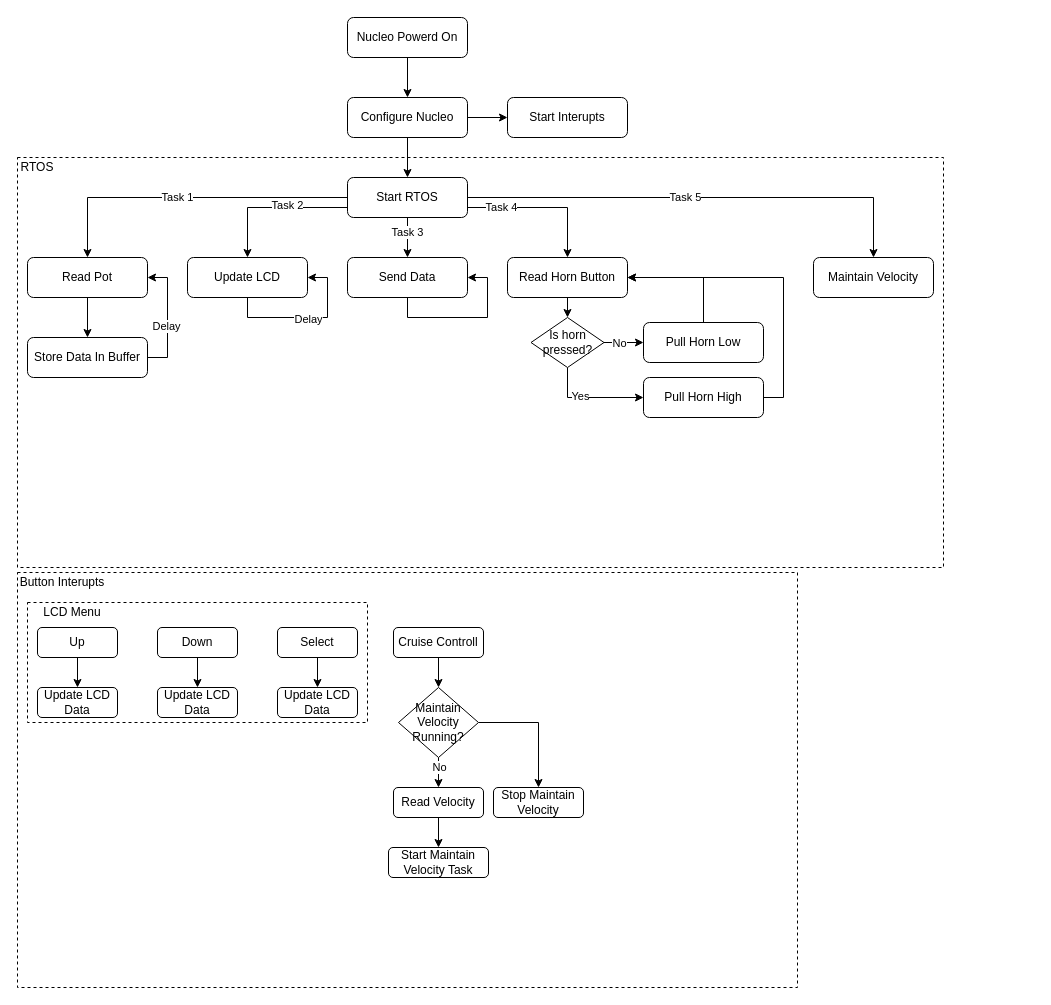
Before: Block diagrams/TestBenchFlowChart.drawio in Mojitas/MUST-Autonics, a draw.io diagram. Source tidied: cells renumbered, new cells numbered last; positions are measured from the earlier drawing's top-left corner, leaving out a move shared by most shapes. Both pictures are drawn from the tidied source at 100%, with x=0, y=0 at pixel (17, 17).
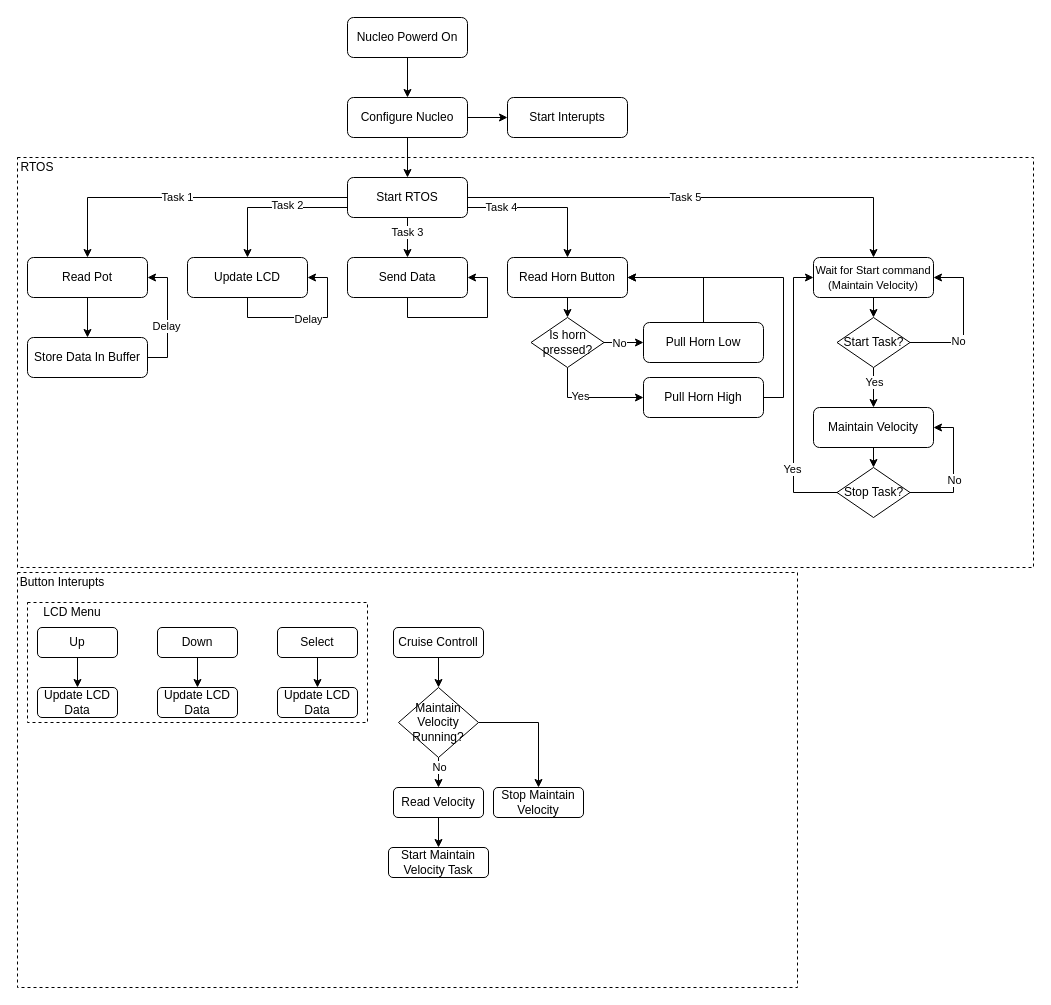
After the change.

Commit message:
Updated Test Bench Flow Chart

The edit, as a diff of the source:
```diff
@@
+    <mxCell id="66" style="edgeStyle=orthogonalEdgeStyle;rounded=0;jettySize=auto;html=1;exitX=0.5;exitY=1;exitDx=0;exitDy=0;entryX=0.5;entryY=0;entryDx=0;entryDy=0;" parent="1" edge="1" source="24" target="73">
+      <mxGeometry relative="1" as="geometry" />
+    </mxCell>
-    <mxCell id="24" value="Maintain Velocity" style="rounded=1;whiteSpace=wrap;html=1;fontSize=12;glass=0;strokeWidth=1;shadow=0;" parent="1" vertex="1">
+    <mxCell id="24" value="&lt;font style=&quot;font-size: 11px&quot;&gt;Wait for Start command&lt;br&gt;(Maintain Velocity)&lt;/font&gt;" style="rounded=1;whiteSpace=wrap;html=1;fontSize=12;glass=0;strokeWidth=1;shadow=0;" parent="1" vertex="1">
       <mxGeometry x="796" y="240" width="120" height="40" as="geometry" />
     </mxCell>
@@
     <mxCell id="32" style="rounded=0;whiteSpace=wrap;html=1;fillColor=none;dashed=1;" parent="1" vertex="1">
-      <mxGeometry y="140" width="926" height="410" as="geometry" />
+      <mxGeometry y="140" width="1016" height="410" as="geometry" />
     </mxCell>
@@
+    <mxCell id="67" style="edgeStyle=orthogonalEdgeStyle;rounded=0;jettySize=auto;html=1;exitX=0.5;exitY=1;exitDx=0;exitDy=0;entryX=0.5;entryY=0;entryDx=0;entryDy=0;" parent="1" edge="1" source="68" target="78">
+      <mxGeometry relative="1" as="geometry" />
+    </mxCell>
+    <mxCell id="68" value="Maintain Velocity" style="rounded=1;whiteSpace=wrap;html=1;fontSize=12;glass=0;strokeWidth=1;shadow=0;" parent="1" vertex="1">
+      <mxGeometry x="796" y="390" width="120" height="40" as="geometry" />
+    </mxCell>
+    <mxCell id="69" style="edgeStyle=orthogonalEdgeStyle;rounded=0;jettySize=auto;html=1;exitX=1;exitY=0.5;exitDx=0;exitDy=0;entryX=1;entryY=0.5;entryDx=0;entryDy=0;" parent="1" edge="1" source="73" target="24">
+      <mxGeometry relative="1" as="geometry">
+        <Array as="points">
+          <mxPoint x="946" y="325" />
+          <mxPoint x="946" y="260" />
+        </Array>
+      </mxGeometry>
+    </mxCell>
+    <mxCell id="70" value="No" style="edgeLabel;html=1;align=center;verticalAlign=middle;" parent="69" vertex="1">
+      <mxGeometry x="-0.35" y="2" relative="1" as="geometry" />
+    </mxCell>
+    <mxCell id="71" style="edgeStyle=orthogonalEdgeStyle;rounded=0;jettySize=auto;html=1;exitX=0.5;exitY=1;exitDx=0;exitDy=0;entryX=0.5;entryY=0;entryDx=0;entryDy=0;" parent="1" edge="1" source="73" target="68">
+      <mxGeometry relative="1" as="geometry" />
+    </mxCell>
+    <mxCell id="72" value="Yes" style="edgeLabel;html=1;align=center;verticalAlign=middle;" parent="71" vertex="1">
+      <mxGeometry x="-0.3" relative="1" as="geometry" />
+    </mxCell>
+    <mxCell id="73" value="Start Task?" style="rhombus;whiteSpace=wrap;html=1;" parent="1" vertex="1">
+      <mxGeometry x="819.5" y="300" width="73" height="50" as="geometry" />
+    </mxCell>
+    <mxCell id="74" style="edgeStyle=orthogonalEdgeStyle;rounded=0;jettySize=auto;html=1;exitX=0;exitY=0.5;exitDx=0;exitDy=0;entryX=0;entryY=0.5;entryDx=0;entryDy=0;" parent="1" edge="1" source="78" target="24">
+      <mxGeometry relative="1" as="geometry" />
+    </mxCell>
+    <mxCell id="75" value="Yes" style="edgeLabel;html=1;align=center;verticalAlign=middle;" parent="74" vertex="1">
+      <mxGeometry x="-0.52" y="2" relative="1" as="geometry" />
+    </mxCell>
+    <mxCell id="76" style="edgeStyle=orthogonalEdgeStyle;rounded=0;jettySize=auto;html=1;exitX=1;exitY=0.5;exitDx=0;exitDy=0;entryX=1;entryY=0.5;entryDx=0;entryDy=0;" parent="1" edge="1" source="78" target="68">
+      <mxGeometry relative="1" as="geometry">
+        <Array as="points">
+          <mxPoint x="936" y="475" />
+          <mxPoint x="936" y="410" />
+        </Array>
+      </mxGeometry>
+    </mxCell>
+    <mxCell id="77" value="No" style="edgeLabel;html=1;align=center;verticalAlign=middle;" parent="76" vertex="1">
+      <mxGeometry x="-0.13" relative="1" as="geometry" />
+    </mxCell>
+    <mxCell id="78" value="Stop Task?" style="rhombus;whiteSpace=wrap;html=1;" parent="1" vertex="1">
+      <mxGeometry x="819.5" y="450" width="73" height="50" as="geometry" />
+    </mxCell>
```
